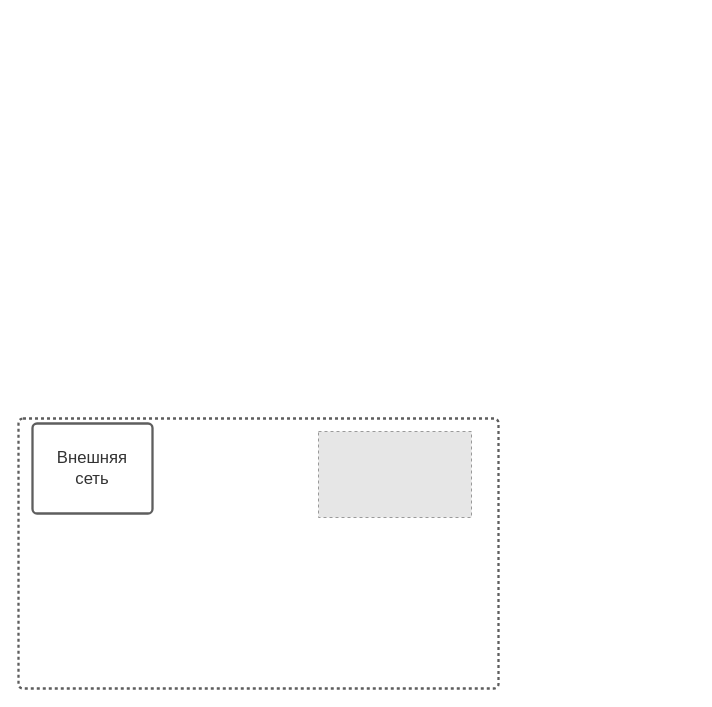
This is page "Page-2" (2 of 2) of TEO.drawio from Randyrofed/DrawIO, a draw.io file, before an edit. Source tidied: cells renumbered, new cells numbered last; positions are measured from the earlier drawing's top-left corner, leaving out a move shared by most shapes. Both pictures are drawn from the tidied source at 100%, with x=0, y=0 at pixel (18, 418). Pictures stored in the file or linked from it are replaced by grey dashed boxes.
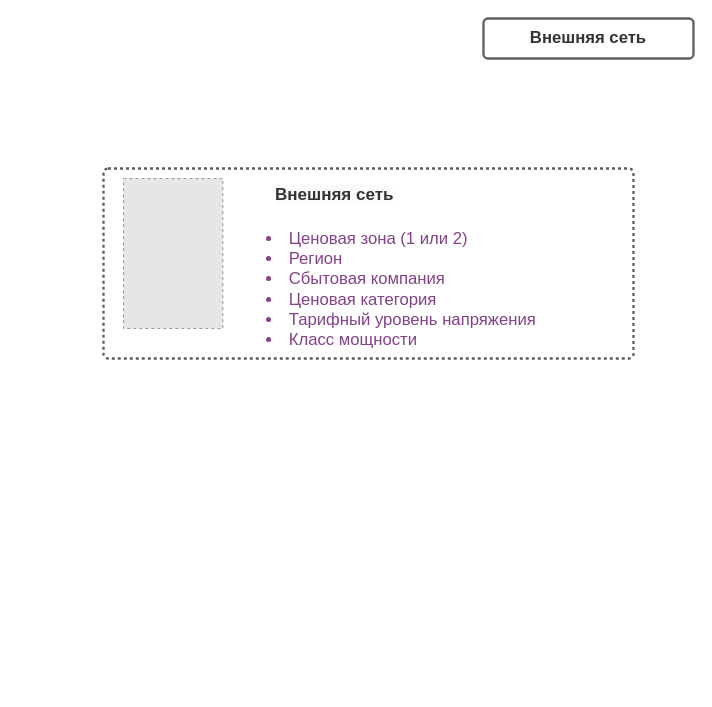
The same diagram, later.

Diff of the diagram source:
```diff
@@
 <mxGraphModel>
   <root>
     <mxCell id="0" />
     <mxCell id="1" parent="0" />
-    <mxCell id="2" style="html=1;overflow=block;blockSpacing=1;whiteSpace=wrap;fontSize=13;spacing=9;strokeColor=#5e5e5e;strokeOpacity=100;fillOpacity=0;rounded=1;absoluteArcSize=1;arcSize=9;fillColor=#000000;dashed=1;fixDash=1;strokeWidth=2.3;lucidId=F.hk3DGBNLS3;" parent="1" vertex="1">
-      <mxGeometry width="480" height="270" as="geometry" />
-    </mxCell>
-    <mxCell id="3" style="fillColor=#E6E6E6;strokeColor=#999999;dashed=1;html=1;whiteSpace=wrap;fontSize=13;spacing=0;" parent="1" vertex="1">
-      <mxGeometry x="300" y="13" width="153" height="86" as="geometry" />
-    </mxCell>
-    <mxCell id="4" value="Внешняя сеть" style="html=1;overflow=block;blockSpacing=1;whiteSpace=wrap;fontSize=16.7;fontColor=#333333;spacing=9;strokeColor=#5e5e5e;strokeOpacity=100;rounded=1;absoluteArcSize=1;arcSize=9;strokeWidth=2.3;lucidId=Q7ekmBW96eN7;" parent="1" vertex="1">
-      <mxGeometry x="14" y="5" width="120" height="90" as="geometry" />
-    </mxCell>
+    <mxCell id="5" style="html=1;overflow=block;blockSpacing=1;whiteSpace=wrap;fontSize=13;spacing=9;strokeColor=#5e5e5e;strokeOpacity=100;fillOpacity=0;rounded=1;absoluteArcSize=1;arcSize=9;fillColor=#000000;dashed=1;fixDash=1;strokeWidth=2.3;lucidId=F.hk3DGBNLS3;" parent="1" vertex="1">
+      <mxGeometry x="85" y="-250" width="530" height="190" as="geometry" />
+    </mxCell>
+    <mxCell id="6" value="Внешняя сеть" style="html=1;overflow=block;blockSpacing=1;whiteSpace=wrap;fontSize=16.7;fontColor=#333333;spacing=9;strokeColor=#5e5e5e;strokeOpacity=100;rounded=1;absoluteArcSize=1;arcSize=9;strokeWidth=2.3;lucidId=Q7ekmBW96eN7;fontStyle=1;" parent="1" vertex="1">
+      <mxGeometry x="465" y="-400" width="210" height="40" as="geometry" />
+    </mxCell>
+    <mxCell id="7" value="&lt;ul style=&quot;margin: 0px; padding-left: 10px;list-style-position: inside; list-style-type:disc&quot;&gt;&lt;li style=&quot;text-align:left;color:#834187;font-size:16.7px;&quot;&gt;&lt;span style=&quot;margin-left: 0px;margin-top: -2px;&quot;&gt;&lt;span style=&quot;font-size:16.7px;&quot;&gt;&lt;span style=&quot;font-size:16.7px;color:#834187;&quot;&gt;Ценовая зона (1 или 2)&lt;/span&gt;&lt;/span&gt;&lt;/span&gt;&lt;/li&gt;&lt;li style=&quot;text-align:left;color:#834187;font-size:16.7px;&quot;&gt;&lt;span style=&quot;margin-left: 0px;margin-top: -2px;&quot;&gt;&lt;span style=&quot;font-size:16.7px;color:#834187;&quot;&gt;Регион&lt;/span&gt;&lt;/span&gt;&lt;/li&gt;&lt;li style=&quot;text-align:left;color:#834187;font-size:16.7px;&quot;&gt;&lt;span style=&quot;margin-left: 0px;margin-top: -2px;&quot;&gt;&lt;span style=&quot;font-size:16.7px;color:#834187;&quot;&gt;Сбытовая компания&lt;/span&gt;&lt;/span&gt;&lt;/li&gt;&lt;li style=&quot;text-align:left;color:#834187;font-size:16.7px;&quot;&gt;&lt;span style=&quot;margin-left: 0px;margin-top: -2px;&quot;&gt;&lt;span style=&quot;font-size:16.7px;color:#834187;&quot;&gt;Ценовая категория&lt;/span&gt;&lt;/span&gt;&lt;/li&gt;&lt;li style=&quot;text-align:left;color:#834187;font-size:16.7px;&quot;&gt;&lt;span style=&quot;margin-left: 0px;margin-top: -2px;&quot;&gt;&lt;span style=&quot;font-size:16.7px;color:#834187;&quot;&gt;Тарифный уровень напряжения&lt;/span&gt;&lt;/span&gt;&lt;/li&gt;&lt;li style=&quot;text-align:left;color:#834187;font-size:16.7px;&quot;&gt;&lt;span style=&quot;margin-left: 0px;margin-top: -2px;&quot;&gt;&lt;span style=&quot;font-size:16.7px;color:#834187;&quot;&gt;Класс мощности&lt;/span&gt;&lt;/span&gt;&lt;/li&gt;&lt;/ul&gt;&lt;div style=&quot;display: flex; justify-content: flex-start; text-align: left; align-items: baseline; font-size: 0; line-height: 1.25;margin-top: -2px;&quot;&gt;&lt;span&gt;&lt;/span&gt;&lt;/div&gt;" style="html=1;overflow=block;blockSpacing=1;whiteSpace=wrap;fontSize=13;spacing=3.8;verticalAlign=middle;strokeOpacity=0;fillOpacity=0;rounded=1;absoluteArcSize=1;arcSize=9;fillColor=#ffffff;strokeWidth=2.3;lucidId=57ekaHlkeXMu;" parent="1" vertex="1">
+      <mxGeometry x="235" y="-200" width="370" height="140" as="geometry" />
+    </mxCell>
+    <mxCell id="8" style="fillColor=#E6E6E6;strokeColor=#999999;dashed=1;verticalLabelPosition=bottom;labelBackgroundColor=default;verticalAlign=top;" parent="1" vertex="1">
+      <mxGeometry x="105" y="-240" width="99.4" height="150" as="geometry" />
+    </mxCell>
+    <mxCell id="9" value="&lt;span style=&quot;color: rgb(51, 51, 51); font-family: Helvetica; font-size: 17px; font-style: normal; font-variant-ligatures: normal; font-variant-caps: normal; font-weight: 700; letter-spacing: normal; orphans: 2; text-align: center; text-indent: 0px; text-transform: none; widows: 2; word-spacing: 0px; -webkit-text-stroke-width: 0px; background-color: rgb(251, 251, 251); text-decoration-thickness: initial; text-decoration-style: initial; text-decoration-color: initial; float: none; display: inline !important;&quot;&gt;Внешняя сеть&lt;/span&gt;" style="text;whiteSpace=wrap;html=1;" parent="1" vertex="1">
+      <mxGeometry x="255" y="-240" width="310" height="40" as="geometry" />
+    </mxCell>
   </root>
 </mxGraphModel>
```
